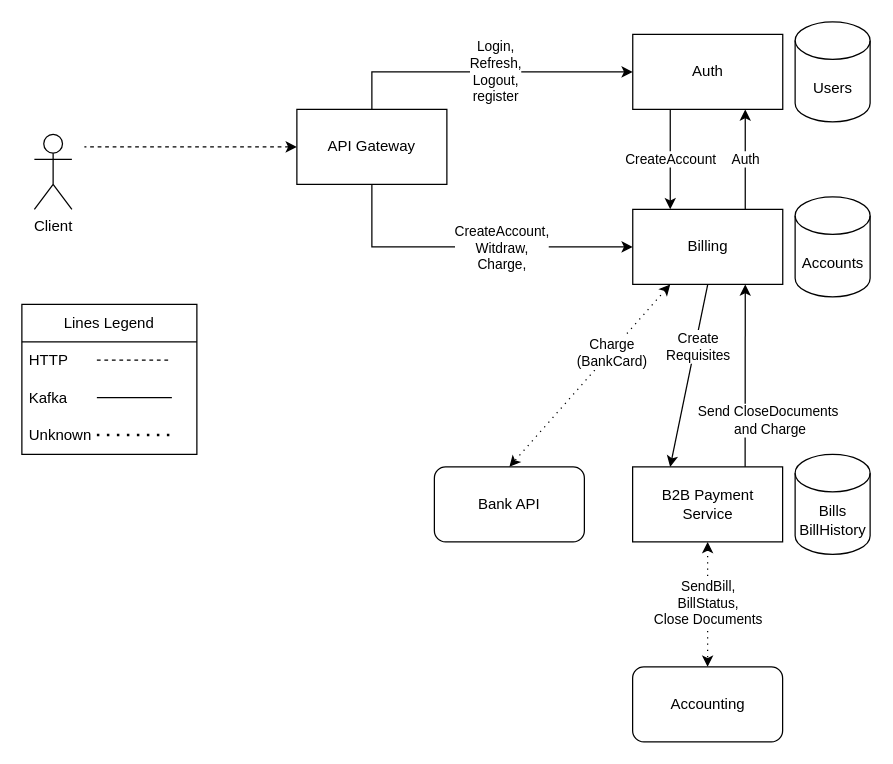
Earlier version of the draw.io diagram diagram.drawio (SirJackDaw/accounts-app). Source tidied: cells renumbered, new cells numbered last; positions are measured from the earlier drawing's top-left corner, leaving out a move shared by most shapes. Both pictures are drawn from the tidied source at 125%, with x=0, y=0 at pixel (21, 21).
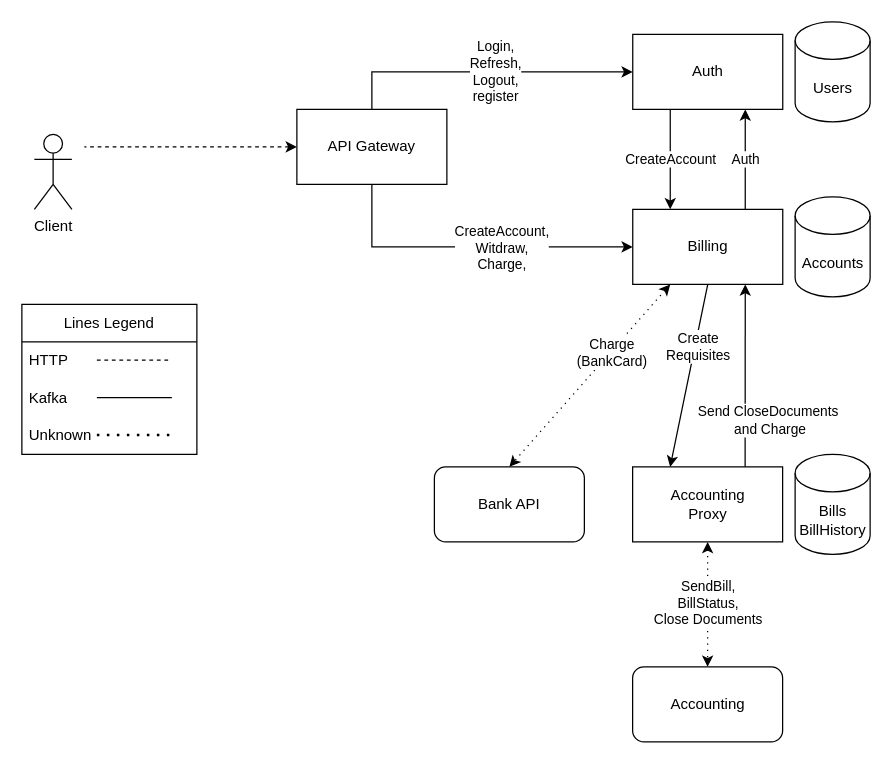
Above is the later version.

The edit, as a diff of the source:
```diff
@@
-    <mxCell id="20" value="B2B Payment&lt;br&gt;Service" style="rounded=0;whiteSpace=wrap;html=1;" parent="1" vertex="1">
+    <mxCell id="20" value="Accounting&lt;br&gt;Proxy" style="rounded=0;whiteSpace=wrap;html=1;" parent="1" vertex="1">
       <mxGeometry x="488.6" y="356" width="120" height="60" as="geometry" />
     </mxCell>
```
